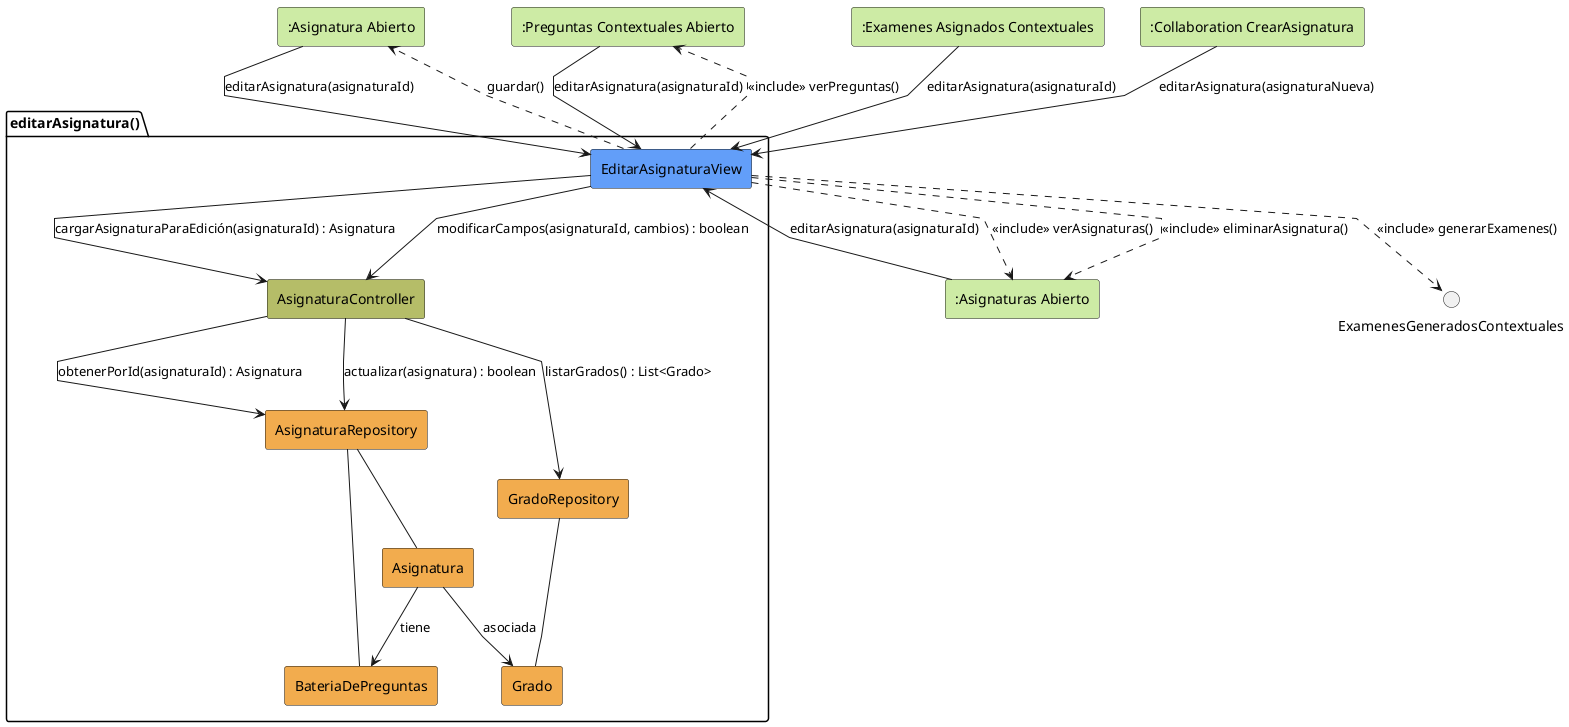
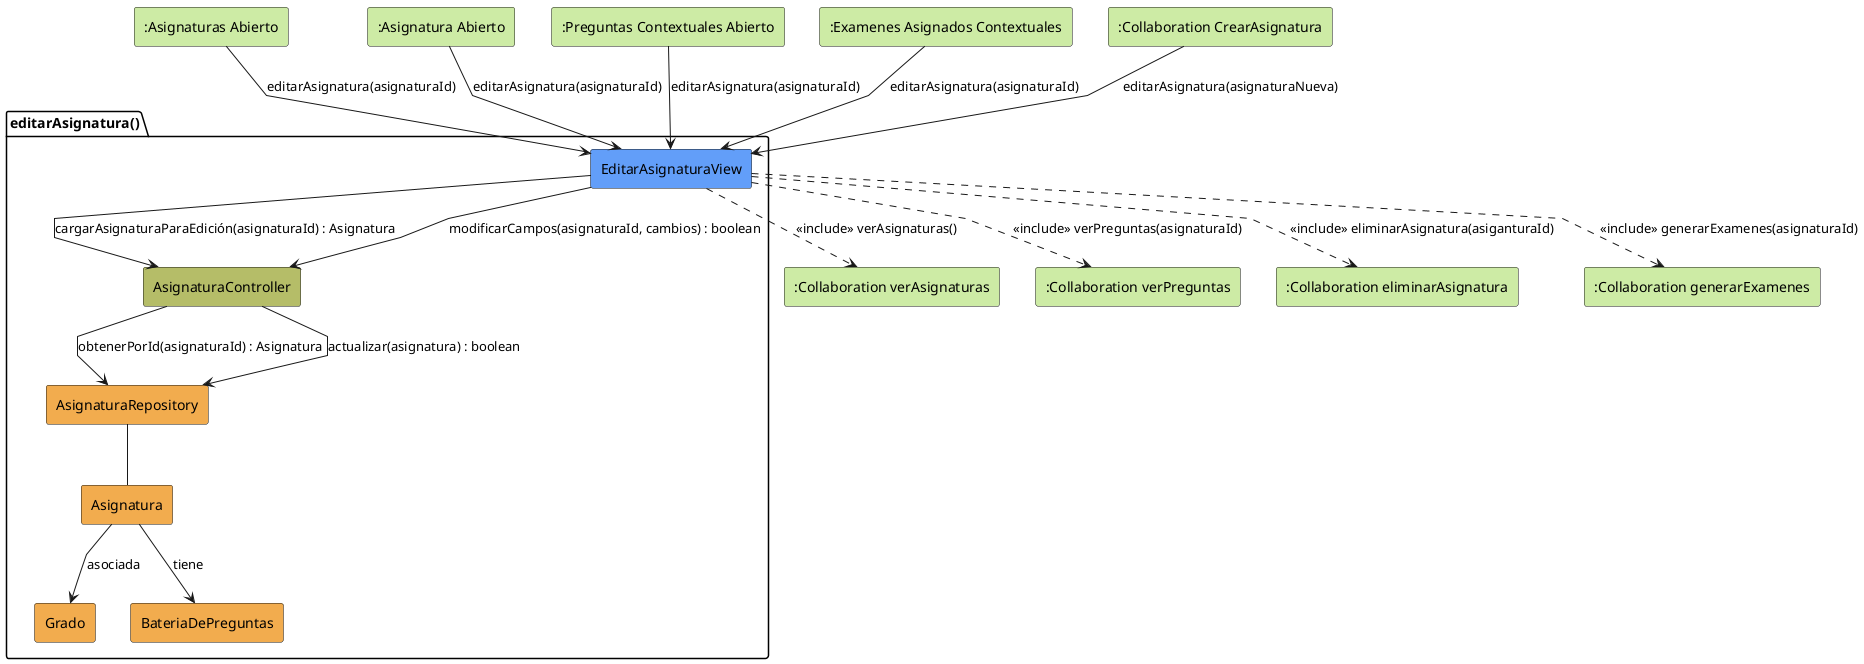
@startuml editarAsignatura-analisis
skinparam linetype polyline

rectangle #CDEBA5 ":Asignaturas Abierto" as AsignaturasAbierto
rectangle #CDEBA5 ":Asignatura Abierto" as AsignaturaAbierto
rectangle #CDEBA5 ":Preguntas Contextuales Abierto" as PreguntasContextualesAbierto
rectangle #CDEBA5 ":Examenes Asignados Contextuales" as ExamenesAsignadosContextuales
rectangle #CDEBA5 ":Collaboration CrearAsignatura" as CrearAsignatura
+ rectangle #CDEBA5 ":Collaboration verAsignaturas" as VerAsignaturas
+ rectangle #CDEBA5 ":Collaboration verPreguntas" as VerPreguntas
+ rectangle #CDEBA5 ":Collaboration eliminarAsignatura" as EliminarAsignatura
+ rectangle #CDEBA5 ":Collaboration generarExamenes" as GenerarExamenes

package editarAsignatura as "editarAsignatura()" {
    rectangle #629EF9 EditarAsignaturaView
    rectangle #b5bd68 AsignaturaController
    rectangle #F2AC4E AsignaturaRepository
-     rectangle #F2AC4E GradoRepository
    rectangle #F2AC4E Asignatura
    rectangle #F2AC4E Grado
    rectangle #F2AC4E BateriaDePreguntas
}

AsignaturasAbierto --> EditarAsignaturaView: editarAsignatura(asignaturaId)
AsignaturaAbierto --> EditarAsignaturaView: editarAsignatura(asignaturaId)
PreguntasContextualesAbierto --> EditarAsignaturaView: editarAsignatura(asignaturaId)
ExamenesAsignadosContextuales --> EditarAsignaturaView: editarAsignatura(asignaturaId)
CrearAsignatura --> EditarAsignaturaView: editarAsignatura(asignaturaNueva)

EditarAsignaturaView -d-> AsignaturaController: cargarAsignaturaParaEdición(asignaturaId) : Asignatura

AsignaturaController --> AsignaturaRepository: obtenerPorId(asignaturaId) : Asignatura
- AsignaturaController --> GradoRepository: listarGrados() : List<Grado>

EditarAsignaturaView --> AsignaturaController: modificarCampos(asignaturaId, cambios) : boolean

AsignaturaController --> AsignaturaRepository: actualizar(asignatura) : boolean

AsignaturaRepository -- Asignatura
- AsignaturaRepository -- BateriaDePreguntas
- GradoRepository -- Grado

Asignatura --> BateriaDePreguntas : tiene
Asignatura --> Grado : asociada

- EditarAsignaturaView ..> AsignaturasAbierto: <<include>> verAsignaturas()
- EditarAsignaturaView ..> AsignaturaAbierto: guardar()
- EditarAsignaturaView ..> PreguntasContextualesAbierto: <<include>> verPreguntas()
- EditarAsignaturaView ..> ExamenesGeneradosContextuales: <<include>> generarExamenes()
- EditarAsignaturaView ..> AsignaturasAbierto: <<include>> eliminarAsignatura()
+ EditarAsignaturaView ..> VerAsignaturas: <<include>> verAsignaturas()
+ EditarAsignaturaView ..> VerPreguntas: <<include>> verPreguntas(asignaturaId)
+ EditarAsignaturaView ..> GenerarExamenes: <<include>> generarExamenes(asignaturaId)
+ EditarAsignaturaView ..> EliminarAsignatura: <<include>> eliminarAsignatura(asiganturaId)

@enduml